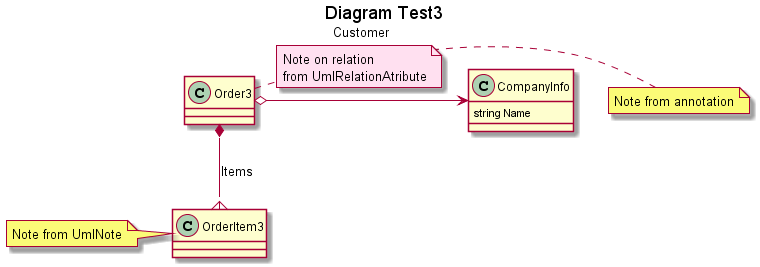
Earlier version of the PlantUML export docs/testsResults/T07_Should_add_related_class_to_diagram.png (isukces/AutoUml).
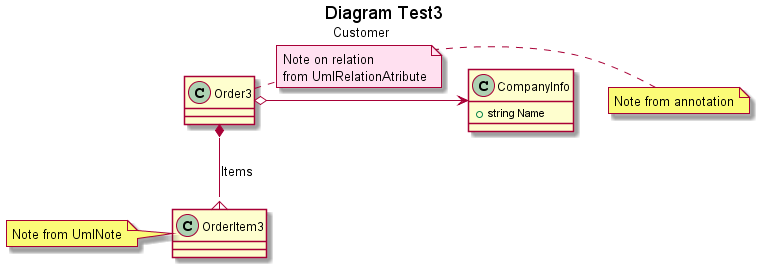
After the change.

Change to the diagram source:
```diff
@@ -11,7 +11,7 @@
 end note
 class CompanyInfo
 {
-    string Name
+    +string Name
 }
 class OrderItem3
 {
```
